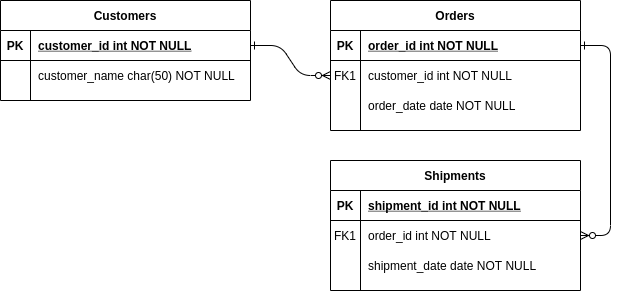
Above: ER-диаграмма.png in MaxKoleshatov/test-guru (draw.io), before the change. Source tidied: cells renumbered, new cells last; positions are measured from the earlier drawing's top-left corner, leaving out a move shared by most shapes.
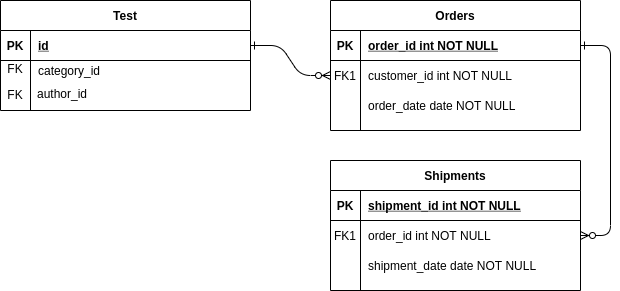
After the commit.

The edit, as a diff of the source:
```diff
@@ -68,8 +68,8 @@
     <mxCell id="23" value="shipment_date date NOT NULL" style="shape=partialRectangle;overflow=hidden;fillColor=none;top=0;left=0;bottom=0;right=0;align=left;spacingLeft=6;" parent="21" vertex="1">
       <mxGeometry x="30" width="220" height="30" as="geometry" />
     </mxCell>
-    <mxCell id="24" value="Customers" style="shape=table;startSize=30;rowLines=0;fontStyle=1;align=center;" parent="1" vertex="1">
-      <mxGeometry width="250" height="100" as="geometry" />
+    <mxCell id="24" value="Test" style="shape=table;startSize=30;rowLines=0;fontStyle=1;align=center;" parent="1" vertex="1">
+      <mxGeometry width="250" height="110" as="geometry" />
     </mxCell>
     <mxCell id="25" style="shape=partialRectangle;fillColor=none;points=[[0,0.5],[1,0.5]];portConstraint=eastwest;top=0;left=0;right=0;bottom=1;" parent="24" vertex="1">
       <mxGeometry y="30" width="250" height="30" as="geometry" />
@@ -77,17 +77,23 @@
     <mxCell id="26" value="PK" style="shape=partialRectangle;overflow=hidden;fillColor=none;top=0;left=0;bottom=0;right=0;fontStyle=1;" parent="25" vertex="1">
       <mxGeometry width="30" height="30" as="geometry" />
     </mxCell>
-    <mxCell id="27" value="customer_id int NOT NULL " style="shape=partialRectangle;overflow=hidden;fillColor=none;top=0;left=0;bottom=0;right=0;align=left;spacingLeft=6;fontStyle=5;" parent="25" vertex="1">
+    <mxCell id="27" value="id" style="shape=partialRectangle;overflow=hidden;fillColor=none;top=0;left=0;bottom=0;right=0;align=left;spacingLeft=6;fontStyle=5;" parent="25" vertex="1">
       <mxGeometry x="30" width="220" height="30" as="geometry" />
     </mxCell>
     <mxCell id="28" style="shape=partialRectangle;fillColor=none;top=0;left=0;right=0;bottom=0;" parent="24" vertex="1">
-      <mxGeometry y="60" width="250" height="30" as="geometry" />
+      <mxGeometry y="60" width="250" height="20" as="geometry" />
     </mxCell>
-    <mxCell id="29" style="shape=partialRectangle;overflow=hidden;fillColor=none;top=0;left=0;bottom=0;right=0;" parent="28" vertex="1">
-      <mxGeometry width="30" height="30" as="geometry" />
+    <mxCell id="29" value="FK&#10;" style="shape=partialRectangle;overflow=hidden;fillColor=none;top=0;left=0;bottom=0;right=0;" parent="28" vertex="1">
+      <mxGeometry width="30" height="20" as="geometry" />
     </mxCell>
-    <mxCell id="30" value="customer_name char(50) NOT NULL" style="shape=partialRectangle;overflow=hidden;fillColor=none;top=0;left=0;bottom=0;right=0;align=left;spacingLeft=6;" parent="28" vertex="1">
-      <mxGeometry x="30" width="220" height="30" as="geometry" />
+    <mxCell id="30" value="category_id" style="shape=partialRectangle;overflow=hidden;fillColor=none;top=0;left=0;bottom=0;right=0;align=left;spacingLeft=6;" parent="28" vertex="1">
+      <mxGeometry x="30" width="220" height="20" as="geometry" />
     </mxCell>
+    <mxCell id="31" value="FK&#10;" style="shape=partialRectangle;overflow=hidden;fillColor=none;top=0;left=0;bottom=0;right=0;" parent="1" vertex="1">
+      <mxGeometry y="86" width="30" height="30" as="geometry" />
+    </mxCell>
+    <mxCell id="32" value="author_id" style="shape=partialRectangle;overflow=hidden;fillColor=none;top=0;left=0;bottom=0;right=0;align=left;spacingLeft=6;" parent="1" vertex="1">
+      <mxGeometry x="29" y="83" width="220" height="20" as="geometry" />
+    </mxCell>
   </root>
 </mxGraphModel>
```
